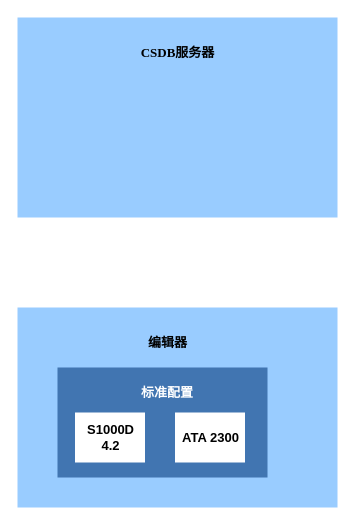
Earlier version of the draw.io diagram csdb/编辑器支持4.2.drawio (DemonHan/KuickBuy). Source tidied: cells renumbered, new cells numbered last; positions are measured from the earlier drawing's top-left corner, leaving out a move shared by most shapes. Both pictures are drawn from the tidied source at 100%, with x=0, y=0 at pixel (17, 17).
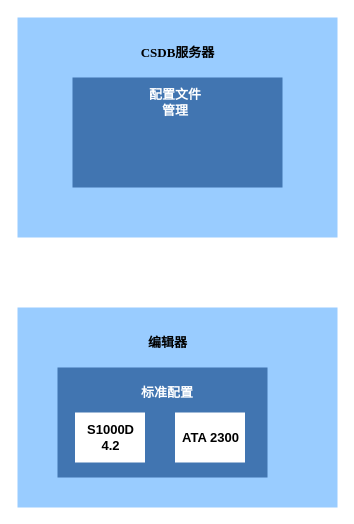
Above is the later version.

Commit message (it also covers changes not shown here):
更新编辑器支持4.2.drawio

The edit, as a diff of the source:
```diff
@@
 <mxGraphModel>
   <root>
     <mxCell id="0" />
     <mxCell id="1" parent="0" />
     <mxCell id="2" style="rounded=0;whiteSpace=wrap;html=1;fillColor=#99CCFF;strokeColor=none;" parent="1" vertex="1">
       <mxGeometry y="290" width="320" height="200" as="geometry" />
     </mxCell>
     <mxCell id="3" value="编辑器" style="text;html=1;align=center;verticalAlign=middle;strokeColor=none;fillColor=none;fontStyle=1;fontFamily=Garamond;fontSize=13;" parent="1" vertex="1">
       <mxGeometry x="120" y="310" width="60" height="30" as="geometry" />
     </mxCell>
     <mxCell id="4" style="rounded=0;whiteSpace=wrap;html=1;fontStyle=1;fontSize=13;fillColor=#4175B1;strokeColor=none;" parent="1" vertex="1">
       <mxGeometry x="40" y="350" width="210" height="110" as="geometry" />
     </mxCell>
     <mxCell id="5" style="rounded=0;whiteSpace=wrap;html=1;fillColor=#99CCFF;strokeColor=none;" parent="1" vertex="1">
-      <mxGeometry width="320" height="200" as="geometry" />
+      <mxGeometry width="320" height="220" as="geometry" />
     </mxCell>
     <mxCell id="6" value="CSDB服务器" style="text;html=1;align=center;verticalAlign=middle;strokeColor=none;fillColor=none;fontStyle=1;fontFamily=Garamond;fontSize=13;" parent="1" vertex="1">
       <mxGeometry x="115" y="20" width="90" height="30" as="geometry" />
     </mxCell>
     <mxCell id="7" value="标准配置" style="text;html=1;align=center;verticalAlign=middle;whiteSpace=wrap;rounded=0;fontStyle=1;fontSize=13;strokeColor=none;fontColor=#FFFFFF;" parent="1" vertex="1">
       <mxGeometry x="120" y="360" width="60" height="30" as="geometry" />
     </mxCell>
     <mxCell id="8" style="rounded=0;whiteSpace=wrap;html=1;fontStyle=1;fontSize=13;fillColor=#FFFFFF;strokeColor=none;" parent="1" vertex="1">
       <mxGeometry x="57.5" y="395" width="70" height="50" as="geometry" />
     </mxCell>
     <mxCell id="9" value="S1000D&lt;div&gt;4.2&lt;/div&gt;" style="text;html=1;align=center;verticalAlign=middle;strokeColor=none;fillColor=none;fontStyle=1;fontSize=13;" parent="1" vertex="1">
       <mxGeometry x="57.5" y="400" width="70" height="40" as="geometry" />
     </mxCell>
     <mxCell id="10" style="rounded=0;whiteSpace=wrap;html=1;fontStyle=1;fontSize=13;fillColor=#FFFFFF;strokeColor=none;" parent="1" vertex="1">
       <mxGeometry x="157.5" y="395" width="70" height="50" as="geometry" />
     </mxCell>
     <mxCell id="11" value="ATA 2300" style="text;html=1;align=center;verticalAlign=middle;strokeColor=none;fillColor=none;fontStyle=1;fontSize=13;" parent="1" vertex="1">
       <mxGeometry x="152.5" y="405" width="80" height="30" as="geometry" />
     </mxCell>
+    <mxCell id="12" style="rounded=0;whiteSpace=wrap;html=1;fontStyle=1;fontSize=13;fillColor=#4175B1;strokeColor=none;" parent="1" vertex="1">
+      <mxGeometry x="55" y="60" width="210" height="110" as="geometry" />
+    </mxCell>
+    <mxCell id="13" value="配置文件管理" style="text;html=1;align=center;verticalAlign=middle;whiteSpace=wrap;rounded=0;fontStyle=1;fontSize=13;strokeColor=none;fontColor=#FFFFFF;" parent="1" vertex="1">
+      <mxGeometry x="127.5" y="70" width="60" height="30" as="geometry" />
+    </mxCell>
   </root>
 </mxGraphModel>
```
